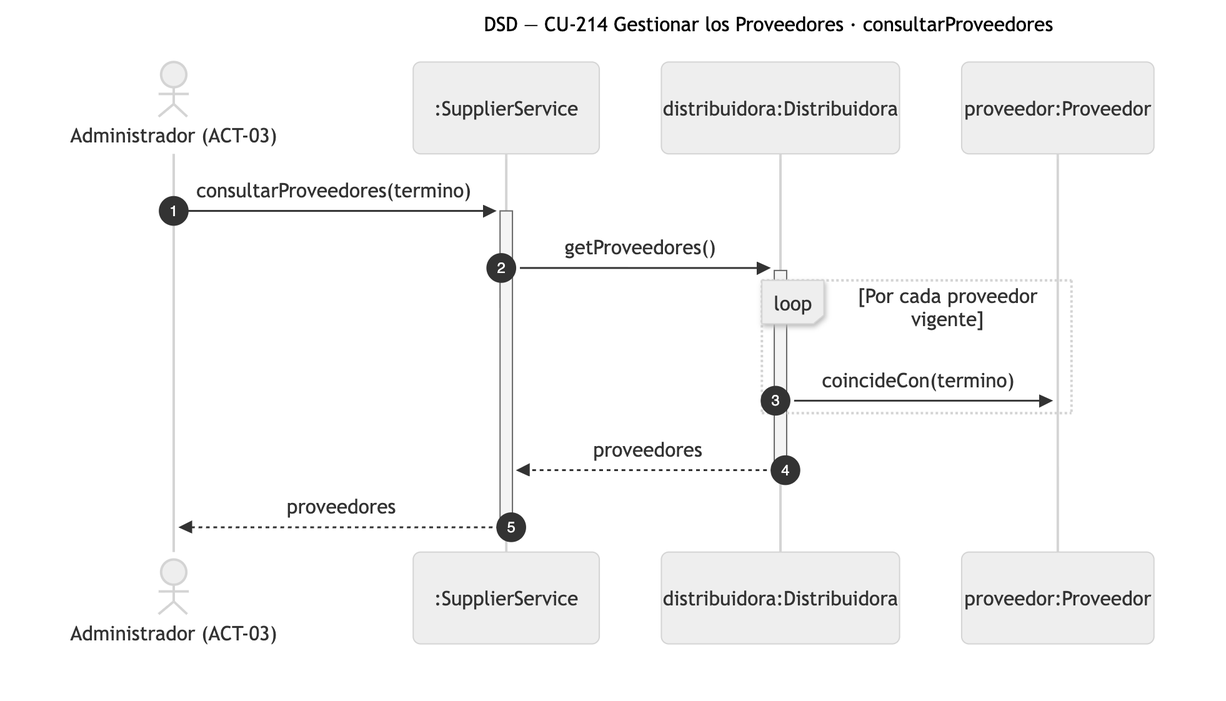
Before: diagramas/png/DSD_CU-214_consultarProveedores.png, a diagram exported from Mermaid (Nahuelito-Dev/splg-docs). Its source is kept beside it as diagramas/DSD_CU-214_consultarProveedores.mmd. Its diagram source:
```mermaid
sequenceDiagram
    title DSD — CU-214 Gestionar los Proveedores · consultarProveedores
    autonumber
    actor ADM as Administrador (ACT-03)
    participant SRV as :SupplierService
    participant DIS as distribuidora:Distribuidora
    participant PRV as proveedor:Proveedor

    ADM->>+SRV: consultarProveedores(termino)
    SRV->>+DIS: getProveedores()
    loop Por cada proveedor vigente
        DIS->>PRV: coincideCon(termino)
    end
    DIS-->>-SRV: proveedores
    SRV-->>-ADM: proveedores
```
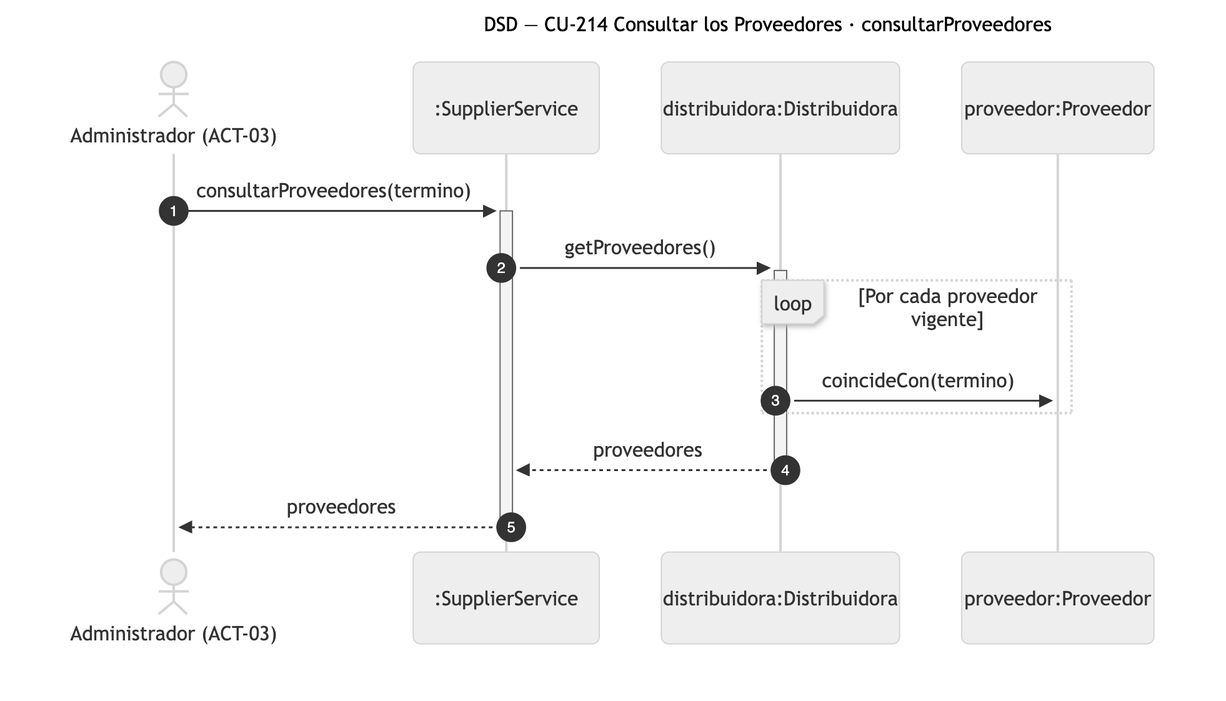
Above is the later version.

What changed in the source:
```diff
@@ -1,5 +1,5 @@
 sequenceDiagram
-    title DSD — CU-214 Gestionar los Proveedores · consultarProveedores
+    title DSD — CU-214 Consultar los Proveedores · consultarProveedores
     autonumber
     actor ADM as Administrador (ACT-03)
     participant SRV as :SupplierService
```
